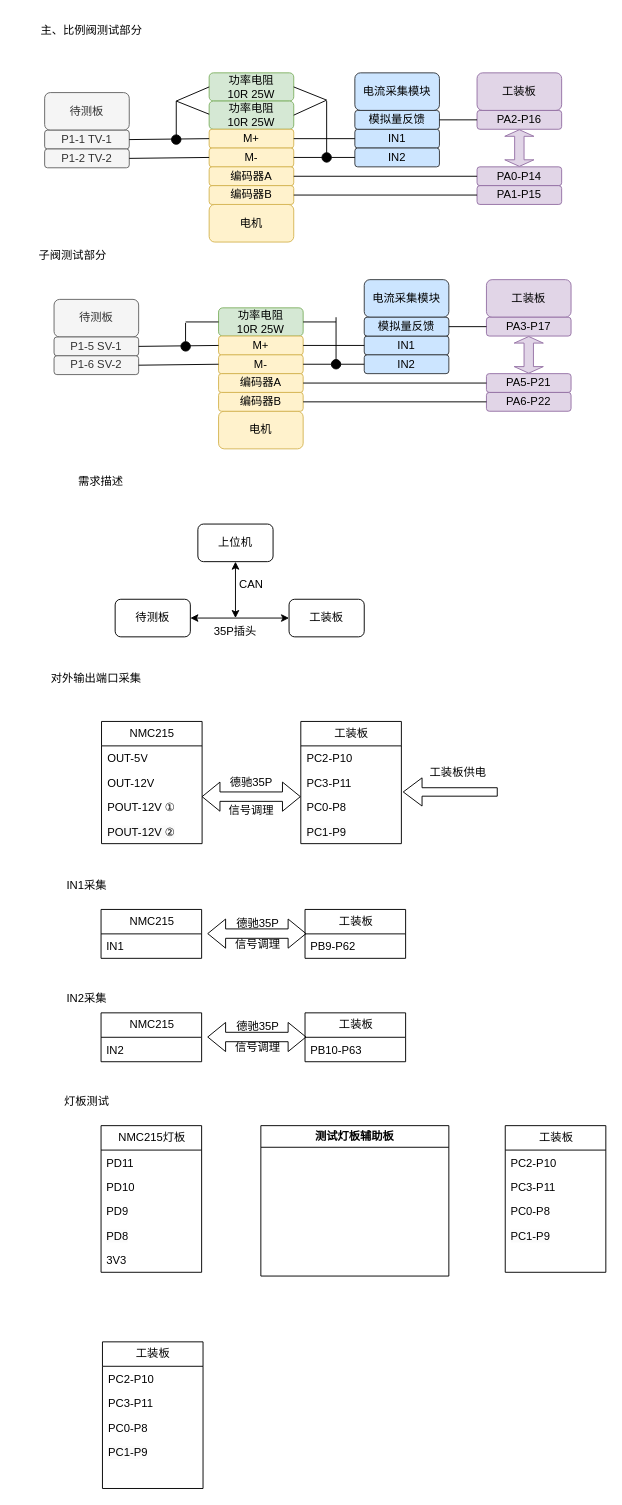
This is NMC215.drawio from Hanye1108/drawio, a draw.io file, before an edit. Source tidied: cells renumbered, new cells numbered last; positions are measured from the earlier drawing's top-left corner, leaving out a move shared by most shapes. Both pictures are drawn from the tidied source at 94%, with x=0, y=0 at pixel (16, 16).
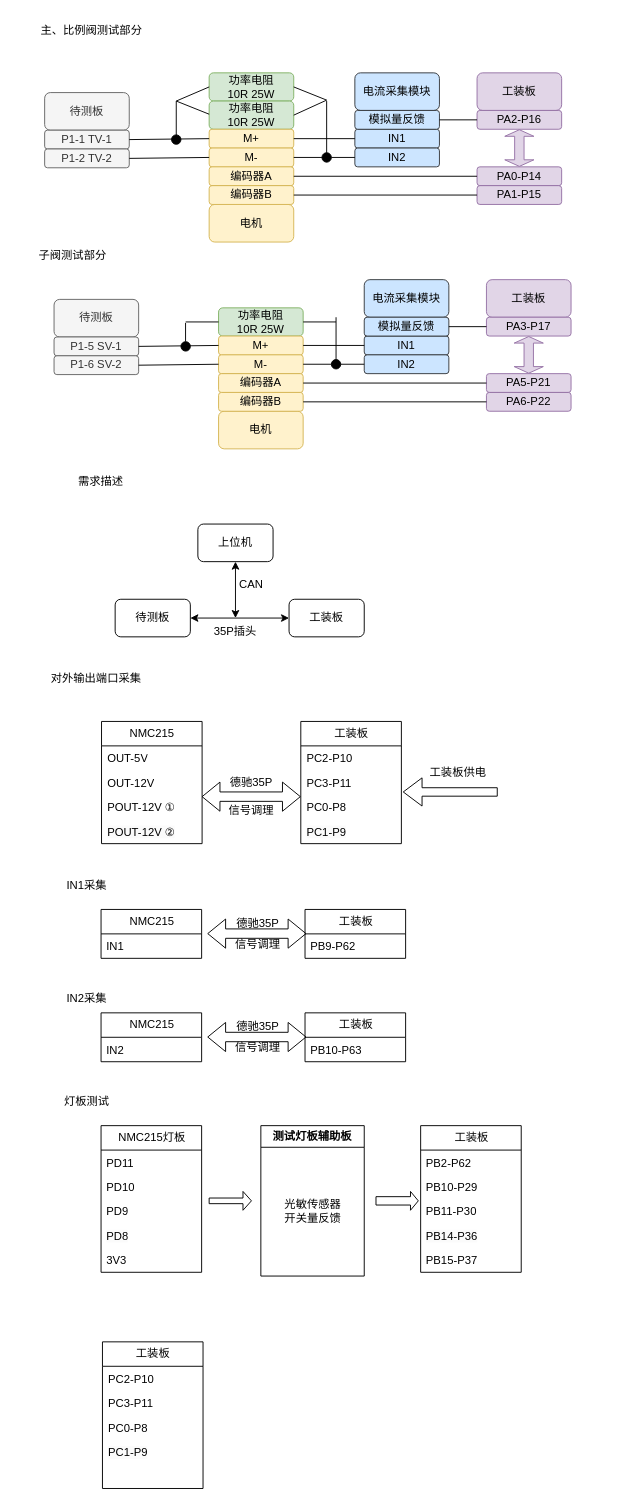
Above is the later version.

Change to the diagram source:
```diff
@@
     <mxCell id="118" value="工装板" style="swimlane;fontStyle=0;horizontal=1;startSize=26;fillColor=none;html=1;" parent="1" vertex="1">
-      <mxGeometry x="520" y="1180" width="107" height="156" as="geometry" />
+      <mxGeometry x="430" y="1180" width="107" height="156" as="geometry" />
     </mxCell>
-    <mxCell id="119" value="PC2-P10" style="text;strokeColor=none;fillColor=none;align=left;verticalAlign=top;spacingLeft=4;spacingRight=4;overflow=hidden;whiteSpace=wrap;html=1;" parent="118" vertex="1">
+    <mxCell id="119" value="PB2-P62" style="text;strokeColor=none;fillColor=none;align=left;verticalAlign=top;spacingLeft=4;spacingRight=4;overflow=hidden;whiteSpace=wrap;html=1;" parent="118" vertex="1">
       <mxGeometry y="26" width="107" height="26" as="geometry" />
     </mxCell>
-    <mxCell id="120" value="PC3-P11" style="text;strokeColor=none;fillColor=none;align=left;verticalAlign=top;spacingLeft=4;spacingRight=4;overflow=hidden;whiteSpace=wrap;html=1;" parent="118" vertex="1">
+    <mxCell id="120" value="PB10-P29" style="text;strokeColor=none;fillColor=none;align=left;verticalAlign=top;spacingLeft=4;spacingRight=4;overflow=hidden;whiteSpace=wrap;html=1;" parent="118" vertex="1">
       <mxGeometry y="52" width="107" height="26" as="geometry" />
     </mxCell>
-    <mxCell id="121" value="PC0-P8" style="text;strokeColor=none;fillColor=none;align=left;verticalAlign=top;spacingLeft=4;spacingRight=4;overflow=hidden;whiteSpace=wrap;html=1;" parent="118" vertex="1">
+    <mxCell id="121" value="PB11-P30" style="text;strokeColor=none;fillColor=none;align=left;verticalAlign=top;spacingLeft=4;spacingRight=4;overflow=hidden;whiteSpace=wrap;html=1;" parent="118" vertex="1">
       <mxGeometry y="78" width="107" height="26" as="geometry" />
     </mxCell>
-    <mxCell id="122" value="&lt;span style=&quot;color: rgb(0, 0, 0); font-family: Helvetica; font-size: 12px; font-style: normal; font-variant-ligatures: normal; font-variant-caps: normal; font-weight: 400; letter-spacing: normal; orphans: 2; text-align: left; text-indent: 0px; text-transform: none; widows: 2; word-spacing: 0px; -webkit-text-stroke-width: 0px; white-space: normal; background-color: rgb(251, 251, 251); text-decoration-thickness: initial; text-decoration-style: initial; text-decoration-color: initial; display: inline !important; float: none;&quot;&gt;PC1-P9&lt;/span&gt;" style="text;strokeColor=none;fillColor=none;align=left;verticalAlign=top;spacingLeft=4;spacingRight=4;overflow=hidden;whiteSpace=wrap;html=1;" parent="118" vertex="1">
+    <mxCell id="122" value="&lt;span style=&quot;color: rgb(0, 0, 0); font-family: Helvetica; font-size: 12px; font-style: normal; font-variant-ligatures: normal; font-variant-caps: normal; font-weight: 400; letter-spacing: normal; orphans: 2; text-align: left; text-indent: 0px; text-transform: none; widows: 2; word-spacing: 0px; -webkit-text-stroke-width: 0px; white-space: normal; background-color: rgb(251, 251, 251); text-decoration-thickness: initial; text-decoration-style: initial; text-decoration-color: initial; display: inline !important; float: none;&quot;&gt;PB14-P36&lt;/span&gt;" style="text;strokeColor=none;fillColor=none;align=left;verticalAlign=top;spacingLeft=4;spacingRight=4;overflow=hidden;whiteSpace=wrap;html=1;" parent="118" vertex="1">
       <mxGeometry y="104" width="107" height="26" as="geometry" />
     </mxCell>
-    <mxCell id="123" style="text;strokeColor=none;fillColor=none;align=left;verticalAlign=top;spacingLeft=4;spacingRight=4;overflow=hidden;whiteSpace=wrap;html=1;" parent="118" vertex="1">
+    <mxCell id="123" value="PB15-P37" style="text;strokeColor=none;fillColor=none;align=left;verticalAlign=top;spacingLeft=4;spacingRight=4;overflow=hidden;whiteSpace=wrap;html=1;" parent="118" vertex="1">
       <mxGeometry y="130" width="107" height="26" as="geometry" />
     </mxCell>
@@
     <mxCell id="130" value="测试灯板辅助板" style="swimlane;whiteSpace=wrap;html=1;" parent="1" vertex="1">
-      <mxGeometry x="260" y="1180" width="200" height="160" as="geometry" />
+      <mxGeometry x="260" y="1180" width="110" height="160" as="geometry" />
     </mxCell>
+    <mxCell id="131" value="光敏传感器&lt;div&gt;开关量反馈&lt;/div&gt;" style="text;html=1;align=center;verticalAlign=middle;strokeColor=none;fillColor=none;" parent="130" vertex="1">
+      <mxGeometry x="15" y="71" width="80" height="40" as="geometry" />
+    </mxCell>
+    <mxCell id="132" style="shape=singleArrow;whiteSpace=wrap;html=1;" parent="1" vertex="1">
+      <mxGeometry x="205" y="1250" width="45" height="20" as="geometry" />
+    </mxCell>
+    <mxCell id="133" style="shape=singleArrow;whiteSpace=wrap;html=1;arrowWidth=0.44482758620692947;arrowSize=0.18467432950191348;" parent="1" vertex="1">
+      <mxGeometry x="382.5" y="1250" width="45" height="20" as="geometry" />
+    </mxCell>
```
